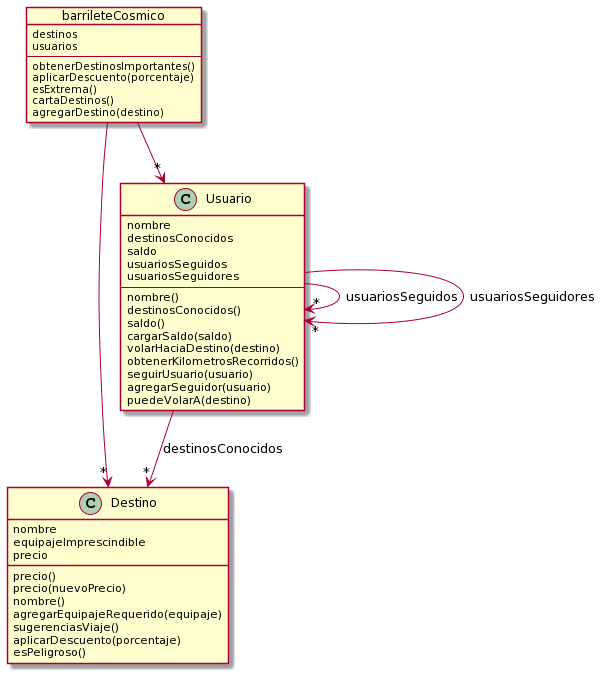
The PlantUML diagram diagrama-uml.png in horosco95/2020-pdep-tp-objetos-grupal, before a commit.
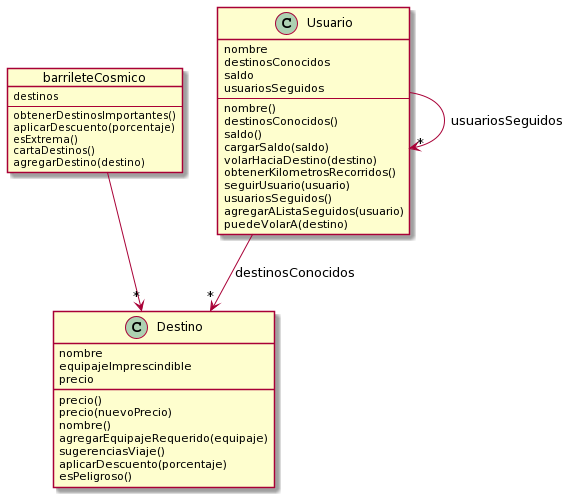
After the commit.

Commit message:
update UML - fixed 1ra entrega

Change to the diagram source:
```diff
@@ -1,7 +1,6 @@
 @startuml
 object barrileteCosmico {
 destinos
-usuarios
 --
 obtenerDestinosImportantes()
 aplicarDescuento(porcentaje)
@@ -28,7 +27,6 @@
 destinosConocidos
 saldo
 usuariosSeguidos
-usuariosSeguidores
 --
 nombre()
 destinosConocidos()
@@ -37,14 +35,13 @@
 volarHaciaDestino(destino)
 obtenerKilometrosRecorridos()
 seguirUsuario(usuario)
-agregarSeguidor(usuario)
+usuariosSeguidos()
+agregarAListaSeguidos(usuario)
 puedeVolarA(destino)
 }
 
-barrileteCosmico -->"*" Usuario
 barrileteCosmico -->"*" Destino
 
 Usuario -->"*" Usuario : usuariosSeguidos
-Usuario -->"*" Usuario : usuariosSeguidores
 Usuario -->"*"Destino :destinosConocidos
 @enduml
```
